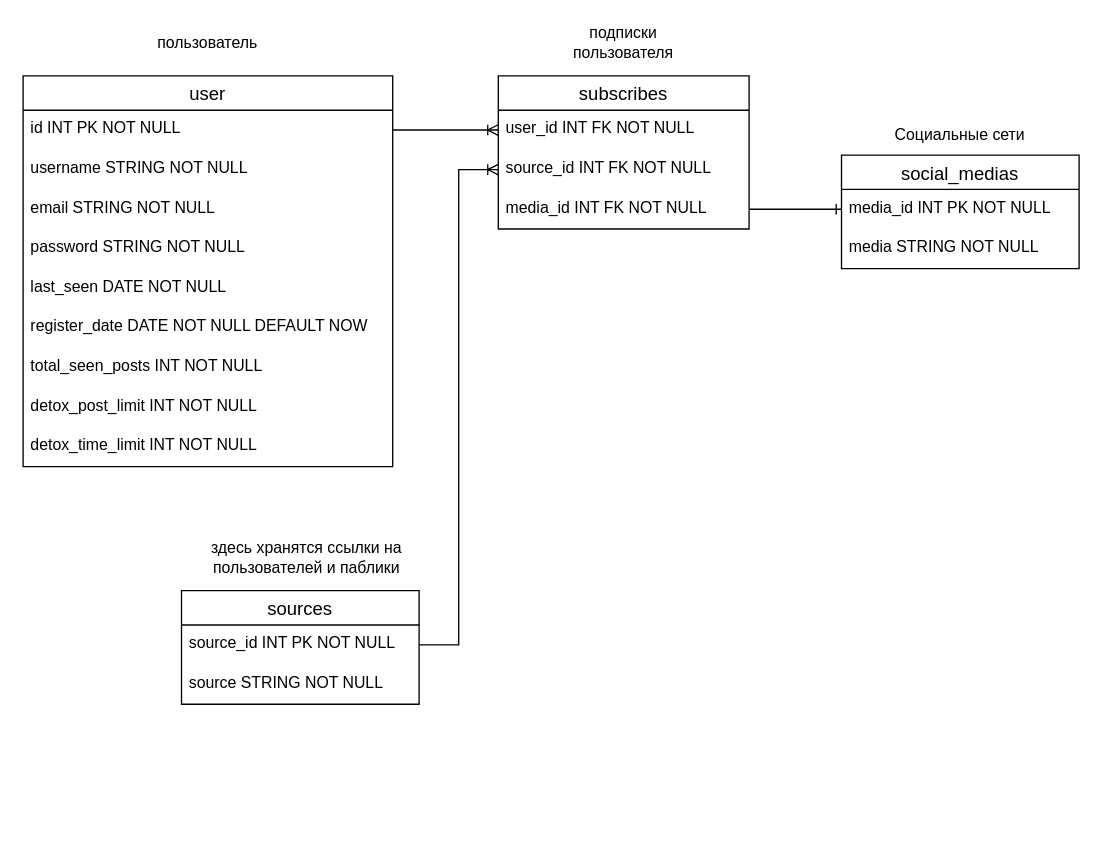
Earlier version of the draw.io diagram SmoothieFeed.drawio (Isas2g/SmoothieFeed). Source tidied: cells renumbered, new cells numbered last; positions are measured from the earlier drawing's top-left corner, leaving out a move shared by most shapes. Both pictures are drawn from the tidied source at 132%, with x=0, y=0 at pixel (22, 22).
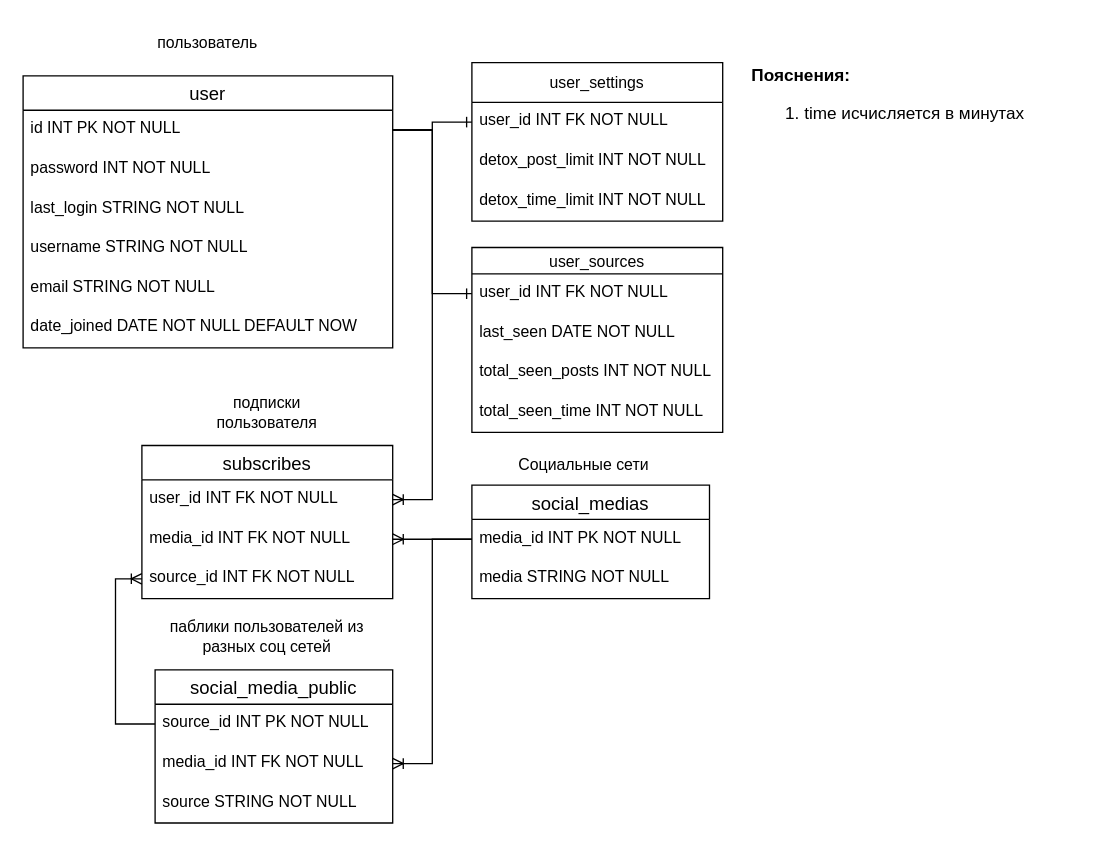
The same page after the edit.

Unchanged cells that the change refers to:
```xml
<mxCell id="3" value="id INT PK NOT NULL" style="text;strokeColor=none;fillColor=none;spacingLeft=4;spacingRight=4;overflow=hidden;points=[[0,0.5],[1,0.5]];portConstraint=eastwest;fontSize=12;" parent="2" vertex="1">
  <mxGeometry y="26" width="280" height="30" as="geometry" />
</mxCell>
<mxCell id="13" value="user_id INT FK NOT NULL" style="text;strokeColor=none;fillColor=none;spacingLeft=4;spacingRight=4;overflow=hidden;points=[[0,0.5],[1,0.5]];portConstraint=eastwest;fontSize=12;" parent="12" vertex="1">
  <mxGeometry y="26" width="190" height="30" as="geometry" />
</mxCell>
<mxCell id="18" value="media_id INT PK NOT NULL" style="text;strokeColor=none;fillColor=none;spacingLeft=4;spacingRight=4;overflow=hidden;points=[[0,0.5],[1,0.5]];portConstraint=eastwest;fontSize=12;" parent="17" vertex="1">
  <mxGeometry y="26" width="180" height="30" as="geometry" />
</mxCell>
<mxCell id="22" value="source_id INT PK NOT NULL" style="text;strokeColor=none;fillColor=none;spacingLeft=4;spacingRight=4;overflow=hidden;points=[[0,0.5],[1,0.5]];portConstraint=eastwest;fontSize=12;" parent="21" vertex="1">
  <mxGeometry y="26" width="180" height="30" as="geometry" />
</mxCell>
```

What changed in the source:
```diff
@@
     <mxCell id="2" value="user" style="swimlane;fontStyle=0;horizontal=1;startSize=26;align=center;fontSize=14;" parent="1" vertex="1">
-      <mxGeometry y="40" width="280" height="296" as="geometry" />
+      <mxGeometry y="40" width="280" height="206" as="geometry" />
     </mxCell>
@@
+    <mxCell id="29" value="password INT NOT NULL" style="text;strokeColor=none;fillColor=none;spacingLeft=4;spacingRight=4;overflow=hidden;fontSize=12;" parent="2" vertex="1">
+      <mxGeometry y="56" width="280" height="30" as="geometry" />
+    </mxCell>
+    <mxCell id="30" value="last_login STRING NOT NULL&#10;" style="text;strokeColor=none;fillColor=none;spacingLeft=4;spacingRight=4;overflow=hidden;fontSize=12;" parent="2" vertex="1">
+      <mxGeometry y="86" width="280" height="30" as="geometry" />
+    </mxCell>
     <mxCell id="4" value="username STRING NOT NULL" style="text;strokeColor=none;fillColor=none;spacingLeft=4;spacingRight=4;overflow=hidden;fontSize=12;" parent="2" vertex="1">
-      <mxGeometry y="56" width="280" height="30" as="geometry" />
+      <mxGeometry y="116" width="280" height="30" as="geometry" />
     </mxCell>
     <mxCell id="5" value="email STRING NOT NULL" style="text;strokeColor=none;fillColor=none;spacingLeft=4;spacingRight=4;overflow=hidden;fontSize=12;" parent="2" vertex="1">
-      <mxGeometry y="86" width="280" height="30" as="geometry" />
+      <mxGeometry y="146" width="280" height="30" as="geometry" />
     </mxCell>
-    <mxCell id="6" value="password STRING NOT NULL" style="text;strokeColor=none;fillColor=none;spacingLeft=4;spacingRight=4;overflow=hidden;fontSize=12;" parent="2" vertex="1">
-      <mxGeometry y="116" width="280" height="30" as="geometry" />
-    </mxCell>
-    <mxCell id="7" value="last_seen DATE NOT NULL" style="text;strokeColor=none;fillColor=none;spacingLeft=4;spacingRight=4;overflow=hidden;fontSize=12;" parent="2" vertex="1">
-      <mxGeometry y="146" width="280" height="30" as="geometry" />
-    </mxCell>
-    <mxCell id="8" value="register_date DATE NOT NULL DEFAULT NOW" style="text;strokeColor=none;fillColor=none;spacingLeft=4;spacingRight=4;overflow=hidden;fontSize=12;" parent="2" vertex="1">
+    <mxCell id="8" value="date_joined DATE NOT NULL DEFAULT NOW" style="text;strokeColor=none;fillColor=none;spacingLeft=4;spacingRight=4;overflow=hidden;fontSize=12;" parent="2" vertex="1">
       <mxGeometry y="176" width="280" height="30" as="geometry" />
     </mxCell>
-    <mxCell id="9" value="total_seen_posts INT NOT NULL" style="text;strokeColor=none;fillColor=none;spacingLeft=4;spacingRight=4;overflow=hidden;fontSize=12;" parent="2" vertex="1">
-      <mxGeometry y="206" width="280" height="30" as="geometry" />
-    </mxCell>
-    <mxCell id="10" value="detox_post_limit INT NOT NULL" style="text;strokeColor=none;fillColor=none;spacingLeft=4;spacingRight=4;overflow=hidden;fontSize=12;" parent="2" vertex="1">
-      <mxGeometry y="236" width="280" height="30" as="geometry" />
-    </mxCell>
-    <mxCell id="11" value="detox_time_limit INT NOT NULL" style="text;strokeColor=none;fillColor=none;spacingLeft=4;spacingRight=4;overflow=hidden;fontSize=12;" parent="2" vertex="1">
-      <mxGeometry y="266" width="280" height="30" as="geometry" />
-    </mxCell>
     <mxCell id="12" value="subscribes" style="swimlane;fontStyle=0;horizontal=1;startSize=26;align=center;fontSize=14;" parent="1" vertex="1">
-      <mxGeometry x="360" y="40" width="190" height="116" as="geometry" />
+      <mxGeometry x="90" y="320" width="190" height="116" as="geometry" />
     </mxCell>
@@
+    <mxCell id="15" value="media_id INT FK NOT NULL" style="text;strokeColor=none;fillColor=none;spacingLeft=4;spacingRight=4;overflow=hidden;points=[[0,0.5],[1,0.5]];portConstraint=eastwest;fontSize=12;" parent="12" vertex="1">
+      <mxGeometry y="56" width="190" height="30" as="geometry" />
+    </mxCell>
     <mxCell id="14" value="source_id INT FK NOT NULL" style="text;strokeColor=none;fillColor=none;spacingLeft=4;spacingRight=4;overflow=hidden;points=[[0,0.5],[1,0.5]];portConstraint=eastwest;fontSize=12;" parent="12" vertex="1">
-      <mxGeometry y="56" width="190" height="30" as="geometry" />
+      <mxGeometry y="86" width="190" height="30" as="geometry" />
     </mxCell>
-    <mxCell id="15" value="media_id INT FK NOT NULL" style="text;strokeColor=none;fillColor=none;spacingLeft=4;spacingRight=4;overflow=hidden;points=[[0,0.5],[1,0.5]];portConstraint=eastwest;fontSize=12;" parent="12" vertex="1">
-      <mxGeometry y="86" width="190" height="30" as="geometry" />
-    </mxCell>
-    <mxCell id="16" style="edgeStyle=entityRelationEdgeStyle;fontSize=12;html=1;endArrow=ERoneToMany;rounded=0;exitX=1;exitY=0.5;exitDx=0;exitDy=0;entryX=0;entryY=0.5;entryDx=0;entryDy=0;" parent="1" edge="1" source="3" target="13">
+    <mxCell id="16" style="edgeStyle=entityRelationEdgeStyle;fontSize=12;html=1;endArrow=ERoneToMany;rounded=0;exitX=1;exitY=0.5;exitDx=0;exitDy=0;" parent="1" edge="1" source="3" target="13">
       <mxGeometry relative="1" as="geometry" />
     </mxCell>
     <mxCell id="17" value="social_medias" style="swimlane;fontStyle=0;horizontal=1;startSize=26;align=center;fontSize=14;" parent="1" vertex="1">
-      <mxGeometry x="620" y="100" width="180" height="86" as="geometry" />
+      <mxGeometry x="340" y="350" width="180" height="86" as="geometry" />
     </mxCell>
@@
-    <mxCell id="20" style="edgeStyle=entityRelationEdgeStyle;fontSize=12;html=1;endArrow=ERone;endFill=1;rounded=0;exitX=1;exitY=0.5;exitDx=0;exitDy=0;entryX=0;entryY=0.5;entryDx=0;entryDy=0;" parent="1" edge="1" source="15" target="18">
-      <mxGeometry relative="1" as="geometry" />
-    </mxCell>
-    <mxCell id="21" value="sources" style="swimlane;fontStyle=0;horizontal=1;startSize=26;align=center;fontSize=14;" parent="1" vertex="1">
-      <mxGeometry x="120" y="430" width="180" height="86" as="geometry" />
+    <mxCell id="21" value="social_media_public" style="swimlane;fontStyle=0;horizontal=1;startSize=26;align=center;fontSize=14;" parent="1" vertex="1">
+      <mxGeometry x="100" y="490" width="180" height="116" as="geometry" />
     </mxCell>
@@
+    <mxCell id="31" value="media_id INT FK NOT NULL" style="text;strokeColor=none;fillColor=none;spacingLeft=4;spacingRight=4;overflow=hidden;points=[[0,0.5],[1,0.5]];portConstraint=eastwest;fontSize=12;" parent="21" vertex="1">
+      <mxGeometry y="56" width="180" height="30" as="geometry" />
+    </mxCell>
     <mxCell id="23" value="source STRING NOT NULL" style="text;strokeColor=none;fillColor=none;spacingLeft=4;spacingRight=4;overflow=hidden;fontSize=12;" parent="21" vertex="1">
-      <mxGeometry y="56" width="180" height="30" as="geometry" />
+      <mxGeometry y="86" width="180" height="30" as="geometry" />
     </mxCell>
-    <mxCell id="24" style="edgeStyle=entityRelationEdgeStyle;fontSize=12;html=1;endArrow=ERoneToMany;rounded=0;entryX=0;entryY=0.5;entryDx=0;entryDy=0;" parent="1" edge="1" source="22" target="14">
-      <mxGeometry relative="1" as="geometry" />
-    </mxCell>
     <mxCell id="25" value="Социальные сети" style="text;html=1;strokeColor=none;fillColor=none;align=center;verticalAlign=middle;whiteSpace=wrap;rounded=0;" parent="1" vertex="1">
-      <mxGeometry x="645" y="60" width="130" height="50" as="geometry" />
+      <mxGeometry x="360" y="310" width="130" height="50" as="geometry" />
     </mxCell>
-    <mxCell id="26" value="здесь хранятся ссылки на пользователей и паблики" style="text;html=1;strokeColor=none;fillColor=none;align=center;verticalAlign=middle;whiteSpace=wrap;rounded=0;" parent="1" vertex="1">
-      <mxGeometry x="130" y="380" width="170" height="50" as="geometry" />
+    <mxCell id="26" value="паблики пользователей из разных соц сетей" style="text;html=1;strokeColor=none;fillColor=none;align=center;verticalAlign=middle;whiteSpace=wrap;rounded=0;" parent="1" vertex="1">
+      <mxGeometry x="100" y="440" width="170" height="50" as="geometry" />
     </mxCell>
     <mxCell id="27" value="подписки пользователя" style="text;html=1;strokeColor=none;fillColor=none;align=center;verticalAlign=middle;whiteSpace=wrap;rounded=0;" parent="1" vertex="1">
-      <mxGeometry x="405" width="100" height="30" as="geometry" />
+      <mxGeometry x="135" y="280" width="100" height="30" as="geometry" />
     </mxCell>
@@
+    <mxCell id="32" value="user_settings" style="swimlane;fontStyle=0;horizontal=1;startSize=30;" parent="1" vertex="1">
+      <mxGeometry x="340" y="30" width="190" height="120" as="geometry" />
+    </mxCell>
+    <mxCell id="33" value="user_id INT FK NOT NULL" style="text;strokeColor=none;fillColor=none;spacingLeft=4;spacingRight=4;overflow=hidden;points=[[0,0.5],[1,0.5]];portConstraint=eastwest;fontSize=12;" parent="32" vertex="1">
+      <mxGeometry y="30" width="190" height="30" as="geometry" />
+    </mxCell>
+    <mxCell id="10" value="detox_post_limit INT NOT NULL" style="text;strokeColor=none;fillColor=none;spacingLeft=4;spacingRight=4;overflow=hidden;fontSize=12;" parent="32" vertex="1">
+      <mxGeometry y="60" width="190" height="30" as="geometry" />
+    </mxCell>
+    <mxCell id="11" value="detox_time_limit INT NOT NULL" style="text;strokeColor=none;fillColor=none;spacingLeft=4;spacingRight=4;overflow=hidden;fontSize=12;" parent="32" vertex="1">
+      <mxGeometry y="90" width="190" height="30" as="geometry" />
+    </mxCell>
+    <mxCell id="34" value="user_sources" style="swimlane;fontStyle=0;horizontal=1;startSize=20;" parent="1" vertex="1">
+      <mxGeometry x="340" y="170" width="190" height="140" as="geometry" />
+    </mxCell>
+    <mxCell id="35" value="user_id INT FK NOT NULL" style="text;strokeColor=none;fillColor=none;spacingLeft=4;spacingRight=4;overflow=hidden;points=[[0,0.5],[1,0.5]];portConstraint=eastwest;fontSize=12;" parent="34" vertex="1">
+      <mxGeometry y="20" width="190" height="30" as="geometry" />
+    </mxCell>
+    <mxCell id="7" value="last_seen DATE NOT NULL" style="text;strokeColor=none;fillColor=none;spacingLeft=4;spacingRight=4;overflow=hidden;fontSize=12;" parent="34" vertex="1">
+      <mxGeometry y="50" width="190" height="30" as="geometry" />
+    </mxCell>
+    <mxCell id="9" value="total_seen_posts INT NOT NULL" style="text;strokeColor=none;fillColor=none;spacingLeft=4;spacingRight=4;overflow=hidden;fontSize=12;" parent="34" vertex="1">
+      <mxGeometry y="80" width="190" height="30" as="geometry" />
+    </mxCell>
+    <mxCell id="36" value="total_seen_time INT NOT NULL" style="text;strokeColor=none;fillColor=none;spacingLeft=4;spacingRight=4;overflow=hidden;fontSize=12;" parent="34" vertex="1">
+      <mxGeometry y="110" width="190" height="30" as="geometry" />
+    </mxCell>
+    <mxCell id="37" style="edgeStyle=entityRelationEdgeStyle;fontSize=12;html=1;endArrow=ERone;endFill=1;rounded=0;entryX=0;entryY=0.5;entryDx=0;entryDy=0;exitX=1;exitY=0.5;exitDx=0;exitDy=0;" parent="1" edge="1" source="3" target="33">
+      <mxGeometry relative="1" as="geometry" />
+    </mxCell>
+    <mxCell id="38" style="edgeStyle=entityRelationEdgeStyle;fontSize=12;html=1;endArrow=ERone;endFill=1;rounded=0;entryX=0;entryY=0.5;entryDx=0;entryDy=0;exitX=1;exitY=0.5;exitDx=0;exitDy=0;" parent="1" edge="1" source="3" target="35">
+      <mxGeometry relative="1" as="geometry" />
+    </mxCell>
+    <mxCell id="39" style="edgeStyle=entityRelationEdgeStyle;fontSize=12;html=1;endArrow=ERoneToMany;rounded=0;exitX=0;exitY=0.5;exitDx=0;exitDy=0;" parent="1" edge="1" source="18" target="15">
+      <mxGeometry relative="1" as="geometry" />
+    </mxCell>
+    <mxCell id="24" style="edgeStyle=orthogonalEdgeStyle;fontSize=12;html=1;endArrow=ERoneToMany;rounded=0;entryX=0;entryY=0.5;entryDx=0;entryDy=0;exitX=0;exitY=0.5;exitDx=0;exitDy=0;" parent="1" edge="1" source="22" target="14">
+      <mxGeometry relative="1" as="geometry">
+        <Array as="points">
+          <mxPoint x="70" y="531" />
+          <mxPoint x="70" y="421" />
+        </Array>
+      </mxGeometry>
+    </mxCell>
+    <mxCell id="40" style="edgeStyle=entityRelationEdgeStyle;fontSize=12;html=1;endArrow=ERoneToMany;rounded=0;exitX=0;exitY=0.5;exitDx=0;exitDy=0;" parent="1" edge="1" source="18" target="31">
+      <mxGeometry relative="1" as="geometry" />
+    </mxCell>
+    <mxCell id="41" value="&lt;div style=&quot;text-align: left ; font-size: 13px&quot;&gt;&lt;span&gt;&lt;b&gt;&lt;font style=&quot;font-size: 13px&quot;&gt;Пояснения:&lt;/font&gt;&lt;/b&gt;&lt;/span&gt;&lt;/div&gt;&lt;div style=&quot;text-align: left ; font-size: 13px&quot;&gt;&lt;ol&gt;&lt;li&gt;&lt;span style=&quot;text-align: center&quot;&gt;&lt;font style=&quot;font-size: 13px&quot;&gt;time исчисляется в минутах&lt;/font&gt;&lt;/span&gt;&lt;/li&gt;&lt;/ol&gt;&lt;/div&gt;" style="text;html=1;align=center;verticalAlign=middle;strokeColor=none;fillColor=none;" parent="1" vertex="1">
+      <mxGeometry x="545" y="30" width="220" height="60" as="geometry" />
+    </mxCell>
```
